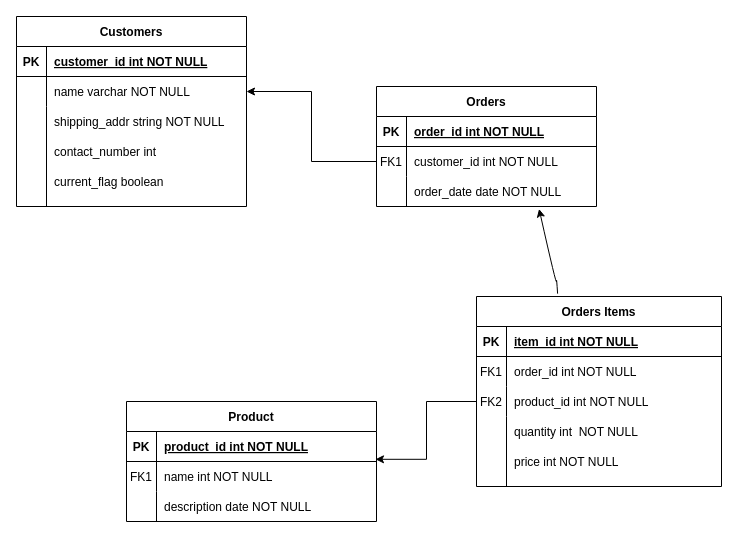
Earlier version of the draw.io diagram Problem1/DataModel.drawio (tknishh/reunion-data-assignment). Source tidied: cells renumbered, new cells numbered last; positions are measured from the earlier drawing's top-left corner, leaving out a move shared by most shapes. Both pictures are drawn from the tidied source at 100%, with x=0, y=0 at pixel (16, 16).
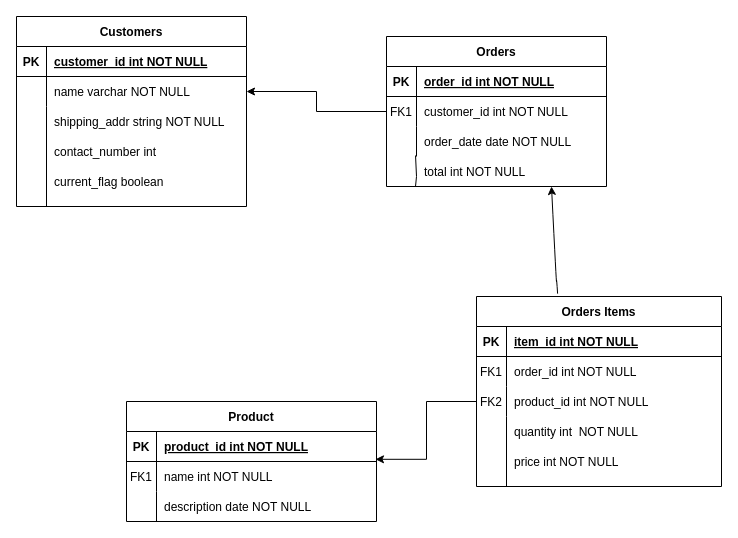
After the change.

Unchanged cells that the change refers to:
```xml
<mxCell id="2" value="Orders Items" style="shape=table;startSize=30;childLayout=tableLayout;rowLines=0;fontStyle=1;align=center;" parent="1" vertex="1">
  <mxGeometry x="460" y="280" width="245" height="190" as="geometry" />
</mxCell>
<mxCell id="36" style="shape=partialRectangle;fillColor=none;points=[[0,0.5],[1,0.5]];portConstraint=eastwest;top=0;left=0;right=0;bottom=0;" parent="29" vertex="1">
  <mxGeometry y="90" width="220" height="30" as="geometry" />
</mxCell>
```

Diff of the diagram source:
```diff
@@
     <mxCell id="29" value="Orders" style="shape=table;startSize=30;childLayout=tableLayout;rowLines=0;fontStyle=1;align=center;" parent="1" vertex="1">
-      <mxGeometry x="360" y="70" width="220" height="120" as="geometry" />
+      <mxGeometry x="370" y="20" width="220" height="150" as="geometry" />
     </mxCell>
@@
-    <mxCell id="49" style="curved=1;endArrow=classic;html=1;rounded=0;entryX=0.739;entryY=1.08;entryDx=0;entryDy=0;entryPerimeter=0;exitX=0.331;exitY=-0.015;exitDx=0;exitDy=0;exitPerimeter=0;" parent="1" edge="1" source="2" target="36">
+    <mxCell id="49" style="curved=1;endArrow=classic;html=1;rounded=0;entryX=0.75;entryY=1;entryDx=0;entryDy=0;exitX=0.331;exitY=-0.015;exitDx=0;exitDy=0;exitPerimeter=0;" parent="1" edge="1" source="2" target="29">
       <mxGeometry relative="1" as="geometry">
         <Array as="points">
           <mxPoint x="540" y="260" />
           <mxPoint x="540" y="270" />
         </Array>
       </mxGeometry>
     </mxCell>
@@
+    <mxCell id="56" style="endArrow=none;html=1;rounded=0;entryX=0.132;entryY=0.967;entryDx=0;entryDy=0;entryPerimeter=0;" parent="1" edge="1" target="36">
+      <mxGeometry relative="1" as="geometry">
+        <mxPoint x="399" y="170" as="sourcePoint" />
+        <Array as="points">
+          <mxPoint x="400" y="160" />
+        </Array>
+      </mxGeometry>
+    </mxCell>
+    <mxCell id="57" style="shape=partialRectangle;fillColor=none;top=0;left=0;right=0;bottom=0;" parent="1" vertex="1">
+      <mxGeometry x="370" y="140" width="220" height="30" as="geometry" />
+    </mxCell>
+    <mxCell id="58" style="shape=partialRectangle;overflow=hidden;fillColor=none;top=0;left=0;bottom=0;right=0;" parent="57" vertex="1">
+      <mxGeometry width="30" height="30" as="geometry" />
+    </mxCell>
+    <mxCell id="59" value="total int NOT NULL" style="shape=partialRectangle;overflow=hidden;fillColor=none;top=0;left=0;bottom=0;right=0;align=left;spacingLeft=6;" parent="57" vertex="1">
+      <mxGeometry x="30" width="190" height="30" as="geometry" />
+    </mxCell>
```
